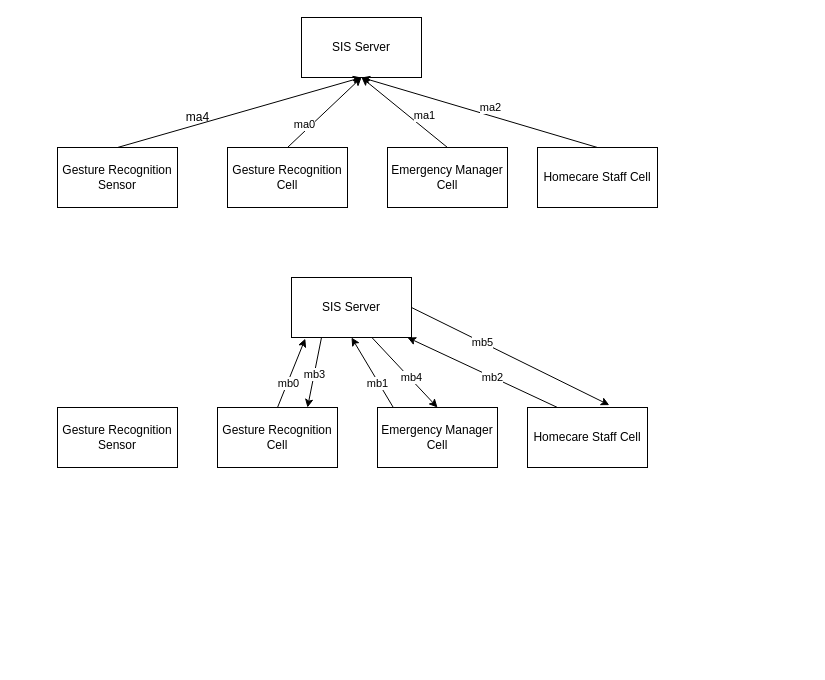
Tianyu9748/hello-world keeps this draw.io diagram as se_ex4.drawio. Above is the earlier version. Source tidied: cells renumbered, new cells numbered last; positions are measured from the earlier drawing's top-left corner, leaving out a move shared by most shapes. Both pictures are drawn from the tidied source at 100%, with x=0, y=0 at pixel (57, 17).
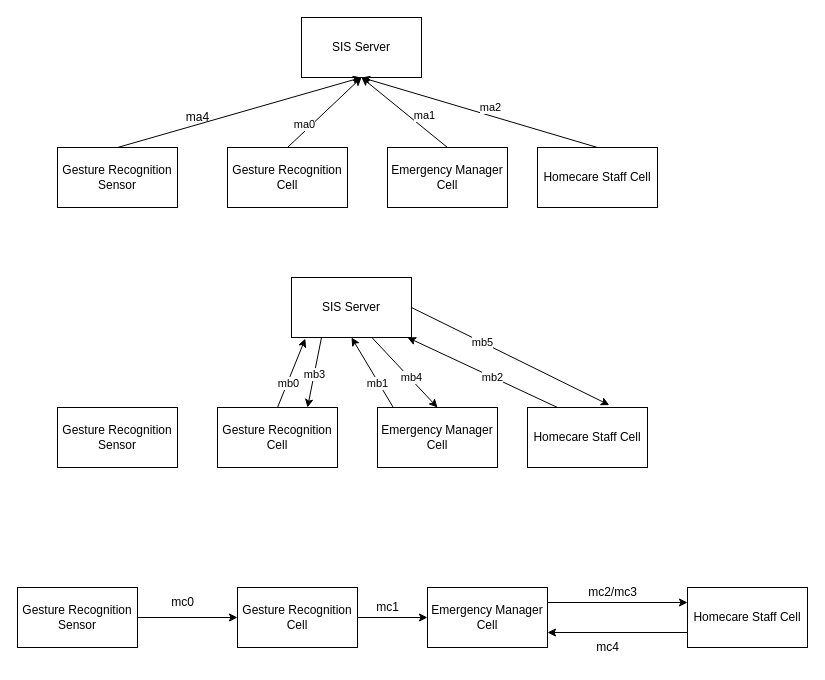
The same page after the edit.

What changed in the source:
```diff
@@
+    <mxCell id="32" value="Gesture Recognition Cell" style="rounded=0;whiteSpace=wrap;html=1;" parent="1" vertex="1">
+      <mxGeometry x="180" y="570" width="120" height="60" as="geometry" />
+    </mxCell>
+    <mxCell id="33" value="Emergency Manager Cell" style="rounded=0;whiteSpace=wrap;html=1;" parent="1" vertex="1">
+      <mxGeometry x="370" y="570" width="120" height="60" as="geometry" />
+    </mxCell>
+    <mxCell id="34" value="Homecare Staff Cell" style="rounded=0;whiteSpace=wrap;html=1;" parent="1" vertex="1">
+      <mxGeometry x="630" y="570" width="120" height="60" as="geometry" />
+    </mxCell>
+    <mxCell id="35" value="Gesture Recognition Sensor" style="rounded=0;whiteSpace=wrap;html=1;" parent="1" vertex="1">
+      <mxGeometry x="-40" y="570" width="120" height="60" as="geometry" />
+    </mxCell>
+    <mxCell id="36" style="endArrow=classic;html=1;rounded=0;exitX=1;exitY=0.5;exitDx=0;exitDy=0;entryX=0;entryY=0.5;entryDx=0;entryDy=0;" parent="1" edge="1" source="35" target="32">
+      <mxGeometry relative="1" as="geometry" />
+    </mxCell>
+    <mxCell id="37" style="endArrow=classic;html=1;rounded=0;exitX=1;exitY=0.5;exitDx=0;exitDy=0;entryX=0;entryY=0.5;entryDx=0;entryDy=0;" parent="1" edge="1" source="32" target="33">
+      <mxGeometry relative="1" as="geometry" />
+    </mxCell>
+    <mxCell id="38" style="endArrow=classic;html=1;rounded=0;exitX=1;exitY=0.25;exitDx=0;exitDy=0;entryX=0;entryY=0.25;entryDx=0;entryDy=0;" parent="1" edge="1" source="33" target="34">
+      <mxGeometry relative="1" as="geometry" />
+    </mxCell>
+    <mxCell id="39" value="mc0" style="text;html=1;align=center;verticalAlign=middle;strokeColor=none;fillColor=none;" parent="1" vertex="1">
+      <mxGeometry x="100" y="570" width="50" height="30" as="geometry" />
+    </mxCell>
+    <mxCell id="40" value="mc1" style="text;html=1;align=center;verticalAlign=middle;strokeColor=none;fillColor=none;" parent="1" vertex="1">
+      <mxGeometry x="305" y="575" width="50" height="30" as="geometry" />
+    </mxCell>
+    <mxCell id="41" value="mc2/mc3" style="text;html=1;align=center;verticalAlign=middle;strokeColor=none;fillColor=none;" parent="1" vertex="1">
+      <mxGeometry x="520" y="560" width="70" height="30" as="geometry" />
+    </mxCell>
+    <mxCell id="42" style="endArrow=classic;html=1;rounded=0;entryX=1;entryY=0.75;entryDx=0;entryDy=0;exitX=0;exitY=0.75;exitDx=0;exitDy=0;" parent="1" edge="1" source="34" target="33">
+      <mxGeometry relative="1" as="geometry" />
+    </mxCell>
+    <mxCell id="43" value="mc4" style="text;html=1;align=center;verticalAlign=middle;strokeColor=none;fillColor=none;" parent="1" vertex="1">
+      <mxGeometry x="525" y="615" width="50" height="30" as="geometry" />
+    </mxCell>
```
